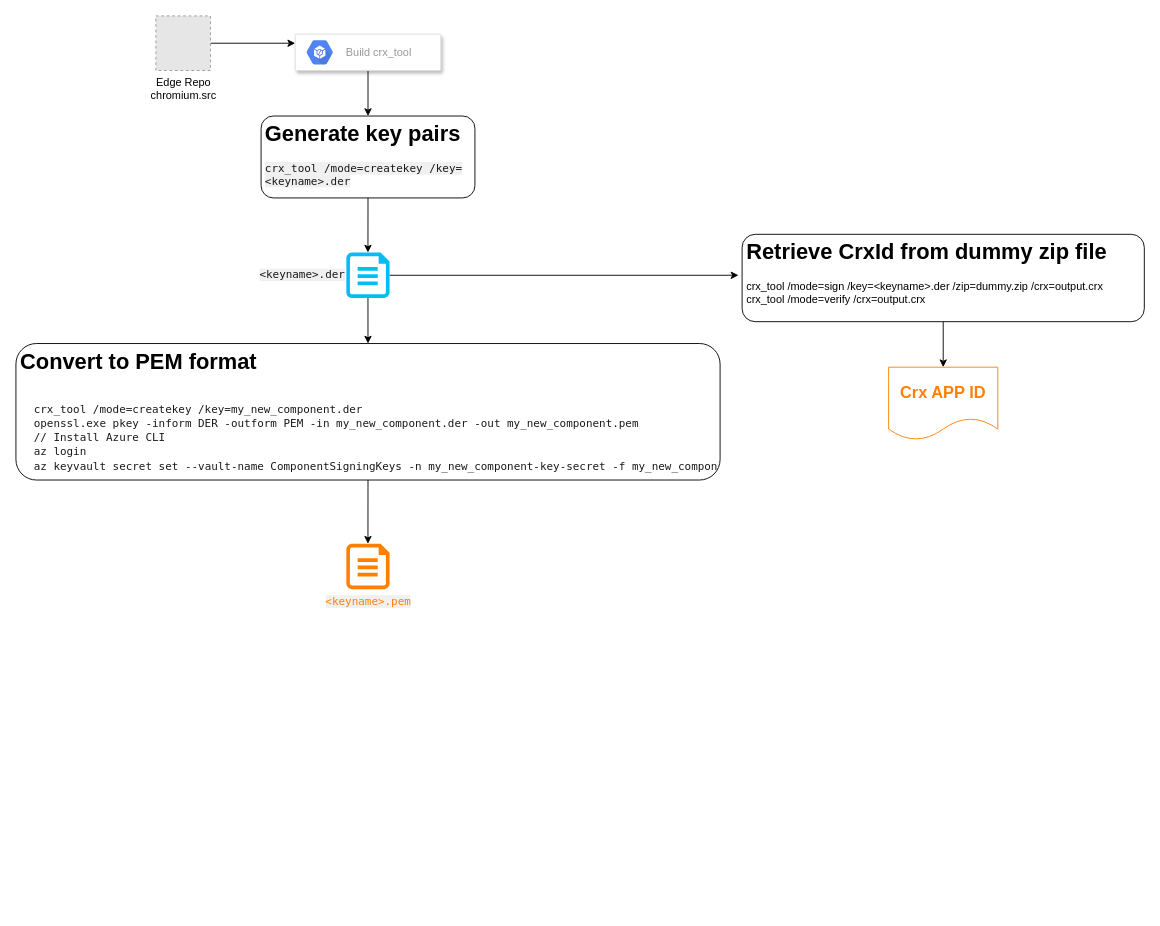
lancelodliu/draw.io keeps this draw.io diagram as page "CRX Build pipeline" (2 of 2) of Untitled Diagram.drawio. Above is the earlier version. Source tidied: cells renumbered, new cells numbered last; positions are measured from the earlier drawing's top-left corner, leaving out a move shared by most shapes. Both pictures are drawn from the tidied source at 91%, with x=0, y=0 at pixel (15, 15). Pictures stored in the file or linked from it are replaced by grey dashed boxes.
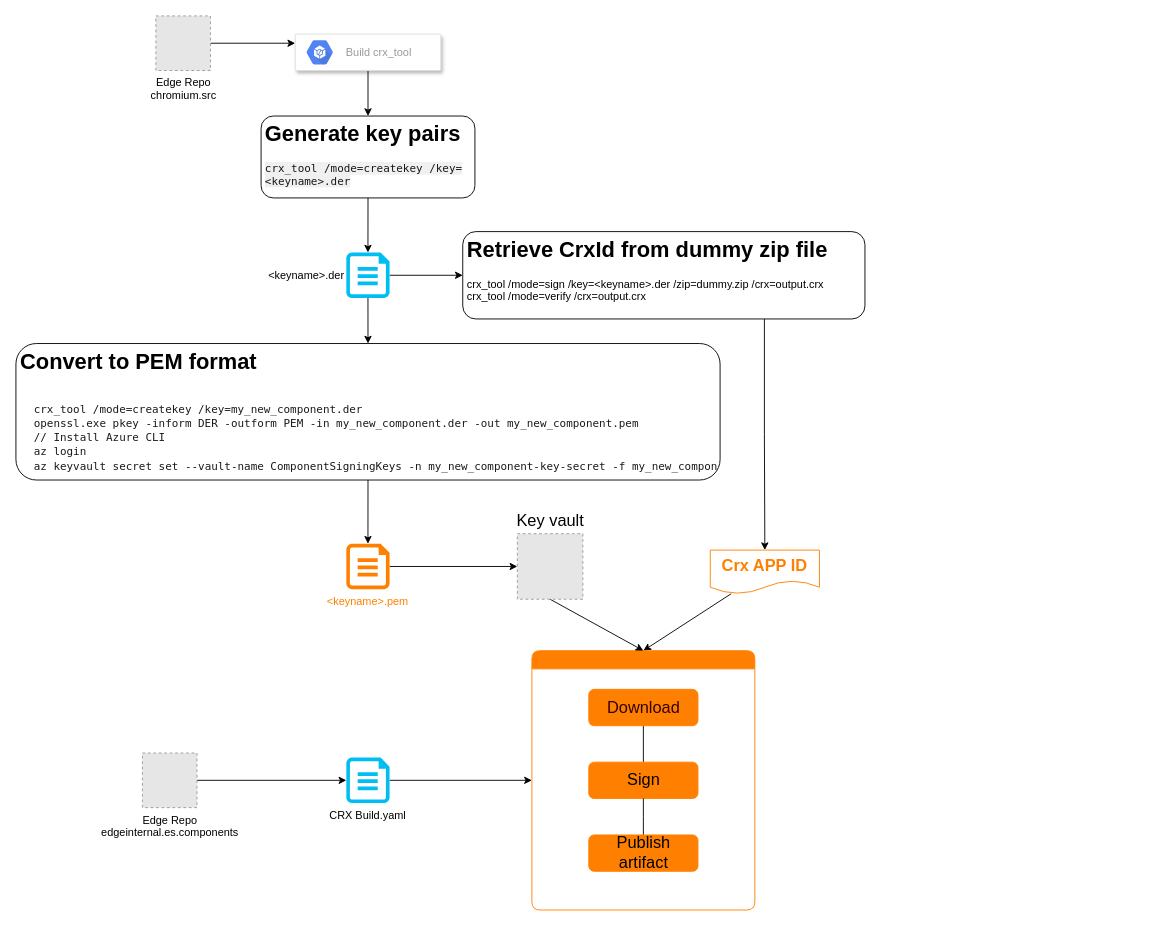
After the change.

What changed in the source:
```diff
@@
-    <mxCell id="10" style="edgeStyle=orthogonalEdgeStyle;rounded=0;jettySize=auto;html=1;exitX=1;exitY=0.5;exitDx=0;exitDy=0;exitPerimeter=0;entryX=0;entryY=0.5;entryDx=0;entryDy=0;" parent="1" edge="1" source="11">
-      <mxGeometry relative="1" as="geometry">
-        <mxPoint x="794" y="285" as="targetPoint" />
-      </mxGeometry>
+    <mxCell id="10" style="edgeStyle=orthogonalEdgeStyle;rounded=0;jettySize=auto;html=1;exitX=1;exitY=0.5;exitDx=0;exitDy=0;exitPerimeter=0;entryX=0;entryY=0.5;entryDx=0;entryDy=0;" parent="1" edge="1" source="11" target="16">
+      <mxGeometry relative="1" as="geometry" />
     </mxCell>
-    <mxCell id="11" value="&lt;span style=&quot;color: rgba(0 , 0 , 0 , 0.9) ; font-family: &amp;#34;menlo&amp;#34; , &amp;#34;consolas&amp;#34; , &amp;#34;courier new&amp;#34; , monospace ; text-align: left ; background-color: rgba(0 , 0 , 0 , 0.06)&quot;&gt;&amp;lt;keyname&amp;gt;.der&lt;/span&gt;" style="verticalLabelPosition=middle;html=1;verticalAlign=middle;align=right;strokeColor=none;fillColor=#00BEF2;shape=mxgraph.azure.cloud_services_configuration_file;rounded=1;shadow=0;glass=0;sketch=0;labelPosition=left;" parent="1" vertex="1">
+    <mxCell id="11" value="&lt;keyname&gt;.der" style="verticalLabelPosition=middle;verticalAlign=middle;align=right;strokeColor=none;fillColor=#00BEF2;shape=mxgraph.azure.cloud_services_configuration_file;rounded=1;shadow=0;glass=0;sketch=0;labelPosition=left;" parent="1" vertex="1">
       <mxGeometry x="363.1" y="260" width="47.5" height="50" as="geometry" />
     </mxCell>
+    <mxCell id="18" style="edgeStyle=none;rounded=0;jettySize=auto;html=1;exitX=1;exitY=0.5;exitDx=0;exitDy=0;exitPerimeter=0;fontFamily=Helvetica;fontSize=18;fontColor=#000000;" parent="1" edge="1" source="12" target="31">
+      <mxGeometry relative="1" as="geometry" />
+    </mxCell>
-    <mxCell id="12" value="&lt;span style=&quot;font-family: menlo, consolas, &amp;quot;courier new&amp;quot;, monospace; text-align: left; background-color: rgba(0, 0, 0, 0.06);&quot;&gt;&amp;lt;keyname&amp;gt;.pem&lt;/span&gt;" style="verticalLabelPosition=bottom;html=1;verticalAlign=top;align=center;strokeColor=none;fillColor=#FF8000;shape=mxgraph.azure.cloud_services_configuration_file;rounded=1;shadow=0;glass=0;sketch=0;fontColor=#FF8000;" parent="1" vertex="1">
+    <mxCell id="12" value="&lt;keyname&gt;.pem" style="verticalLabelPosition=bottom;verticalAlign=top;align=center;strokeColor=none;fillColor=#FF8000;shape=mxgraph.azure.cloud_services_configuration_file;rounded=1;shadow=0;glass=0;sketch=0;fontColor=#FF8000;" parent="1" vertex="1">
       <mxGeometry x="363.1" y="580" width="47.5" height="50" as="geometry" />
     </mxCell>
@@
-    <mxCell id="15" style="edgeStyle=orthogonalEdgeStyle;rounded=0;jettySize=auto;html=1;exitX=0.5;exitY=1;exitDx=0;exitDy=0;fontFamily=Helvetica;" parent="1" edge="1" source="16" target="17">
+    <mxCell id="15" style="edgeStyle=orthogonalEdgeStyle;rounded=0;jettySize=auto;html=1;exitX=0.75;exitY=1;exitDx=0;exitDy=0;entryX=0.5;entryY=0;entryDx=0;entryDy=0;fontFamily=Helvetica;fontSize=18;fontColor=#000000;" parent="1" edge="1" source="16" target="17">
       <mxGeometry relative="1" as="geometry" />
     </mxCell>
     <mxCell id="16" value="&lt;h1&gt;Retrieve CrxId from dummy zip file&lt;/h1&gt;&lt;div&gt;crx_tool /mode=sign /key=&amp;lt;keyname&amp;gt;.der /zip=dummy.zip /crx=output.crx&lt;br&gt;&lt;/div&gt;&lt;div&gt;crx_tool /mode=verify /crx=output.crx&lt;br&gt;&lt;/div&gt;" style="text;html=1;strokeColor=default;fillColor=none;spacing=5;spacingTop=-20;whiteSpace=wrap;overflow=hidden;rounded=1;shadow=0;sketch=0;glass=0;" parent="1" vertex="1">
-      <mxGeometry x="798" y="240" width="442" height="96" as="geometry" />
+      <mxGeometry x="491" y="237" width="442" height="96" as="geometry" />
     </mxCell>
+    <mxCell id="19" style="edgeStyle=none;rounded=0;jettySize=auto;html=1;entryX=0.5;entryY=0;entryDx=0;entryDy=0;fontFamily=Helvetica;fontSize=18;fontColor=#000000;" parent="1" edge="1" source="17" target="24">
+      <mxGeometry relative="1" as="geometry" />
+    </mxCell>
     <mxCell id="17" value="Crx APP ID" style="shape=document;whiteSpace=wrap;html=1;boundedLbl=1;rounded=1;shadow=0;glass=0;sketch=0;fontFamily=Helvetica;strokeColor=#FF8000;fontSize=18;fontStyle=1;fontColor=#FF8000;labelBorderColor=none;" parent="1" vertex="1">
-      <mxGeometry x="959" y="386" width="120" height="80" as="geometry" />
+      <mxGeometry x="763" y="587" width="120" height="48" as="geometry" />
     </mxCell>
+    <mxCell id="20" style="edgeStyle=orthogonalEdgeStyle;rounded=0;jettySize=auto;html=1;exitX=1;exitY=0.5;exitDx=0;exitDy=0;entryX=0;entryY=0.5;entryDx=0;entryDy=0;entryPerimeter=0;fontFamily=Helvetica;fontSize=18;fontColor=#FF8000;" parent="1" edge="1" source="21" target="23">
+      <mxGeometry relative="1" as="geometry" />
+    </mxCell>
+    <mxCell id="21" value="Edge Repo&lt;br&gt;edgeinternal.es.components" style="fillColor=#E6E6E6;strokeColor=#999999;dashed=1;html=1;verticalAlign=top;verticalLabelPosition=bottom;labelBackgroundColor=#ffffff;" parent="1" vertex="1">
+      <mxGeometry x="139" y="810" width="60" height="60" as="geometry" />
+    </mxCell>
+    <mxCell id="22" style="edgeStyle=orthogonalEdgeStyle;rounded=0;jettySize=auto;html=1;exitX=1;exitY=0.5;exitDx=0;exitDy=0;exitPerimeter=0;fontFamily=Helvetica;fontSize=18;fontColor=#FF8000;entryX=0;entryY=0.5;entryDx=0;entryDy=0;" parent="1" edge="1" source="23" target="24">
+      <mxGeometry relative="1" as="geometry" />
+    </mxCell>
+    <mxCell id="23" value="CRX Build.yaml" style="verticalLabelPosition=bottom;verticalAlign=top;align=center;strokeColor=none;fillColor=#00BEF2;shape=mxgraph.azure.cloud_services_configuration_file;rounded=1;shadow=0;glass=0;sketch=0;labelPosition=center;" parent="1" vertex="1">
+      <mxGeometry x="363.1" y="815" width="47.5" height="50" as="geometry" />
+    </mxCell>
+    <mxCell id="24" value="Tree Container" style="swimlane;startSize=20;horizontal=1;containerType=tree;rounded=1;shadow=0;glass=0;labelBorderColor=none;sketch=0;fontFamily=Helvetica;fontSize=18;fontColor=#FF8000;strokeColor=#FF8000;fillColor=#FF8000;" parent="1" vertex="1">
+      <mxGeometry x="567" y="697.5" width="245" height="285" as="geometry" />
+    </mxCell>
+    <mxCell id="25" style="edgeStyle=elbowEdgeStyle;elbow=vertical;startArrow=none;endArrow=none;rounded=0;fontFamily=Helvetica;fontSize=18;fontColor=#FF8000;" parent="24" edge="1" source="26" target="27">
+      <mxGeometry relative="1" as="geometry" />
+    </mxCell>
+    <mxCell id="26" value="&lt;font color=&quot;#330000&quot;&gt;Download&lt;/font&gt;" style="whiteSpace=wrap;html=1;newEdgeStyle={&quot;edgeStyle&quot;:&quot;elbowEdgeStyle&quot;,&quot;startArrow&quot;:&quot;none&quot;,&quot;endArrow&quot;:&quot;none&quot;};rounded=1;shadow=0;glass=0;labelBorderColor=none;sketch=0;fontFamily=Helvetica;fontSize=18;fontColor=#FF8000;strokeColor=#FF8000;fillColor=#FF8000;" parent="24" vertex="1">
+      <mxGeometry x="62.5" y="42.5" width="120" height="40" as="geometry" />
+    </mxCell>
+    <mxCell id="27" value="&lt;font color=&quot;#000000&quot;&gt;Sign&lt;/font&gt;" style="whiteSpace=wrap;html=1;newEdgeStyle={&quot;edgeStyle&quot;:&quot;elbowEdgeStyle&quot;,&quot;startArrow&quot;:&quot;none&quot;,&quot;endArrow&quot;:&quot;none&quot;};rounded=1;shadow=0;glass=0;labelBorderColor=none;sketch=0;fontFamily=Helvetica;fontSize=18;fontColor=#FF8000;strokeColor=#FF8000;fillColor=#FF8000;" parent="24" vertex="1">
+      <mxGeometry x="62.5" y="122.5" width="120" height="40" as="geometry" />
+    </mxCell>
+    <mxCell id="28" style="edgeStyle=elbowEdgeStyle;elbow=vertical;startArrow=none;endArrow=none;rounded=0;fontFamily=Helvetica;fontSize=18;fontColor=#FF8000;" parent="24" edge="1" source="27" target="29">
+      <mxGeometry relative="1" as="geometry" />
+    </mxCell>
+    <mxCell id="29" value="&lt;font color=&quot;#000000&quot;&gt;Publish artifact&lt;/font&gt;" style="whiteSpace=wrap;html=1;newEdgeStyle={&quot;edgeStyle&quot;:&quot;elbowEdgeStyle&quot;,&quot;startArrow&quot;:&quot;none&quot;,&quot;endArrow&quot;:&quot;none&quot;};rounded=1;shadow=0;glass=0;labelBorderColor=none;sketch=0;fontFamily=Helvetica;fontSize=18;fontColor=#FF8000;strokeColor=#FF8000;fillColor=#FF8000;" parent="24" vertex="1">
+      <mxGeometry x="62.5" y="202.5" width="120" height="40" as="geometry" />
+    </mxCell>
+    <mxCell id="30" style="edgeStyle=none;rounded=0;jettySize=auto;html=1;exitX=0.5;exitY=1;exitDx=0;exitDy=0;entryX=0.5;entryY=0;entryDx=0;entryDy=0;fontFamily=Helvetica;fontSize=18;fontColor=#000000;" parent="1" edge="1" source="31" target="24">
+      <mxGeometry relative="1" as="geometry" />
+    </mxCell>
+    <mxCell id="31" value="Key vault" style="fillColor=#E6E6E6;strokeColor=#999999;dashed=1;html=1;verticalAlign=bottom;verticalLabelPosition=top;labelBackgroundColor=#ffffff;fontFamily=Helvetica;fontSize=18;fontColor=#000000;labelPosition=center;align=center;" parent="1" vertex="1">
+      <mxGeometry x="551" y="569" width="72" height="72" as="geometry" />
+    </mxCell>
```
